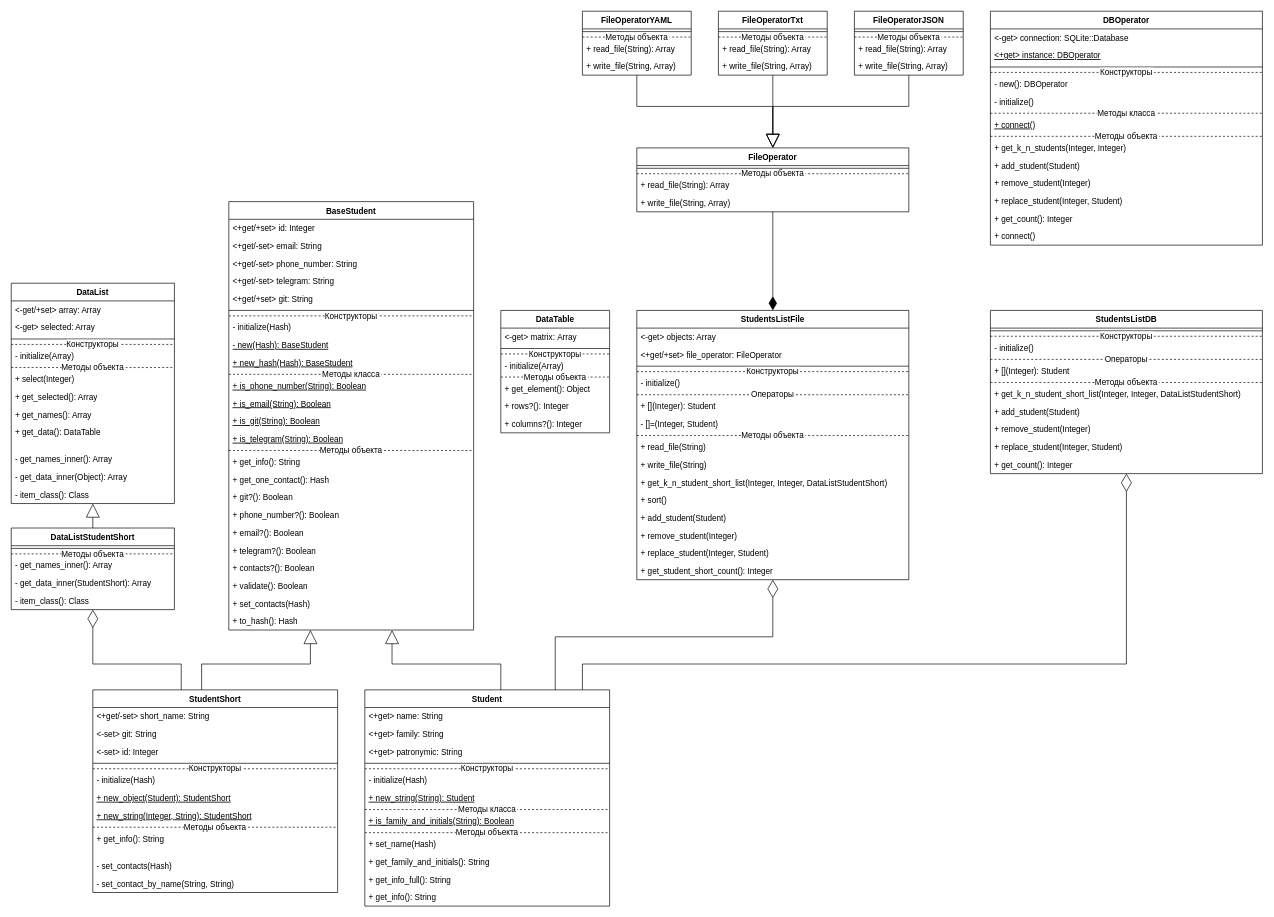
KirSaxhlil/PatternLabs keeps this draw.io diagram as StudentProject/docs/ClassDiagram.drawio. Above is the earlier version. Source tidied: cells renumbered, new cells numbered last; positions are measured from the earlier drawing's top-left corner, leaving out a move shared by most shapes. Both pictures are drawn from the tidied source at 68%, with x=0, y=0 at pixel (11, 11).
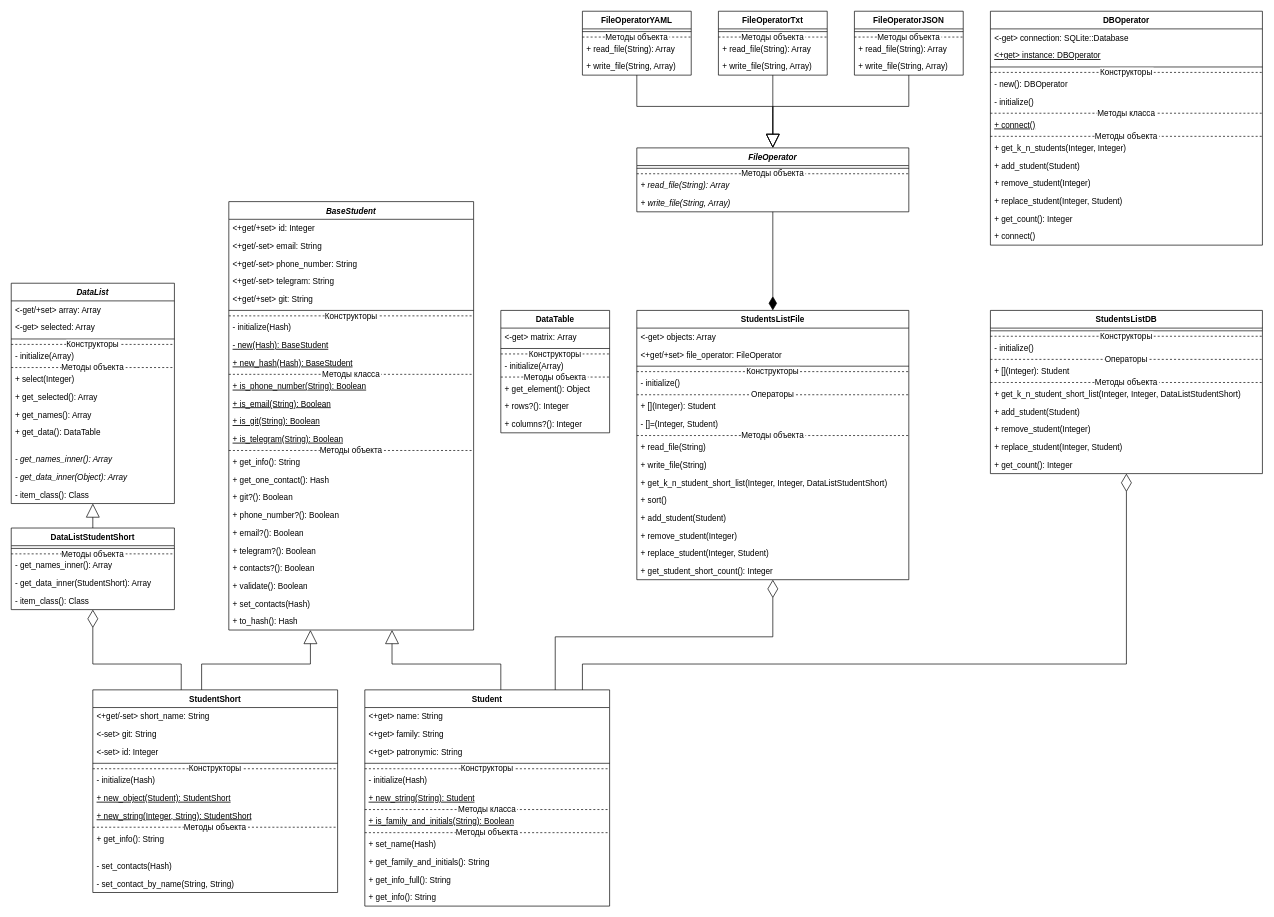
After the change.

Commit message (it also covers changes not shown here):
Абстрактность в диаграмме

В Ruby как бы нет абстрактных классов и методов как я понимаю, но некоторые классы не предполагают создание объектов, а часть методов не имеют реализации, поэтому на диаграмме решил пометить их как абстрактные.

The edit, as a diff of the source:
```diff
@@
-    <mxCell id="17" value="BaseStudent" style="swimlane;fontStyle=1;align=center;verticalAlign=top;horizontal=1;startSize=26;fillColor=default;swimlaneFillColor=default;" parent="1" vertex="1">
+    <mxCell id="17" value="BaseStudent" style="swimlane;fontStyle=3;align=center;verticalAlign=top;horizontal=1;startSize=26;fillColor=default;swimlaneFillColor=default;" parent="1" vertex="1">
       <mxGeometry x="320" y="280" width="360" height="630" as="geometry" />
     </mxCell>
@@
-    <mxCell id="69" value="DataList" style="swimlane;fontStyle=1;align=center;verticalAlign=top;horizontal=1;startSize=26;swimlaneFillColor=default;" parent="1" vertex="1">
+    <mxCell id="69" value="DataList" style="swimlane;fontStyle=3;align=center;verticalAlign=top;horizontal=1;startSize=26;swimlaneFillColor=default;" parent="1" vertex="1">
       <mxGeometry y="400" width="240" height="324" as="geometry" />
     </mxCell>
@@
-    <mxCell id="81" value="- get_names_inner(): Array" style="text;strokeColor=none;fillColor=none;align=left;verticalAlign=top;spacingLeft=4;spacingRight=4;overflow=hidden;fontStyle=0;" parent="69" vertex="1">
+    <mxCell id="81" value="- get_names_inner(): Array" style="text;strokeColor=none;fillColor=none;align=left;verticalAlign=top;spacingLeft=4;spacingRight=4;overflow=hidden;fontStyle=2;" parent="69" vertex="1">
       <mxGeometry y="246" width="240" height="26" as="geometry" />
     </mxCell>
-    <mxCell id="82" value="- get_data_inner(Object): Array" style="text;strokeColor=none;fillColor=none;align=left;verticalAlign=top;spacingLeft=4;spacingRight=4;overflow=hidden;fontStyle=0;" parent="69" vertex="1">
+    <mxCell id="82" value="- get_data_inner(Object): Array" style="text;strokeColor=none;fillColor=none;align=left;verticalAlign=top;spacingLeft=4;spacingRight=4;overflow=hidden;fontStyle=2;" parent="69" vertex="1">
       <mxGeometry y="272" width="240" height="26" as="geometry" />
     </mxCell>
@@
-    <mxCell id="111" value="FileOperator" style="swimlane;fontStyle=1;align=center;verticalAlign=top;horizontal=1;startSize=26;strokeWidth=1;swimlaneFillColor=default;" parent="1" vertex="1">
+    <mxCell id="111" value="FileOperator" style="swimlane;fontStyle=3;align=center;verticalAlign=top;horizontal=1;startSize=26;strokeWidth=1;swimlaneFillColor=default;" parent="1" vertex="1">
       <mxGeometry x="920" y="201" width="400" height="94" as="geometry" />
     </mxCell>
@@
-    <mxCell id="114" value="+ read_file(String): Array" style="text;strokeColor=none;fillColor=none;align=left;verticalAlign=top;spacingLeft=4;spacingRight=4;overflow=hidden;dashed=1;strokeWidth=1;" parent="111" vertex="1">
+    <mxCell id="114" value="+ read_file(String): Array" style="text;strokeColor=none;fillColor=none;align=left;verticalAlign=top;spacingLeft=4;spacingRight=4;overflow=hidden;dashed=1;strokeWidth=1;fontStyle=2;" parent="111" vertex="1">
       <mxGeometry y="42" width="400" height="26" as="geometry" />
     </mxCell>
-    <mxCell id="115" value="+ write_file(String, Array)" style="text;strokeColor=none;fillColor=none;align=left;verticalAlign=top;spacingLeft=4;spacingRight=4;overflow=hidden;dashed=1;strokeWidth=1;" parent="111" vertex="1">
+    <mxCell id="115" value="+ write_file(String, Array)" style="text;strokeColor=none;fillColor=none;align=left;verticalAlign=top;spacingLeft=4;spacingRight=4;overflow=hidden;dashed=1;strokeWidth=1;fontStyle=2;" parent="111" vertex="1">
       <mxGeometry y="68" width="400" height="26" as="geometry" />
     </mxCell>
```
